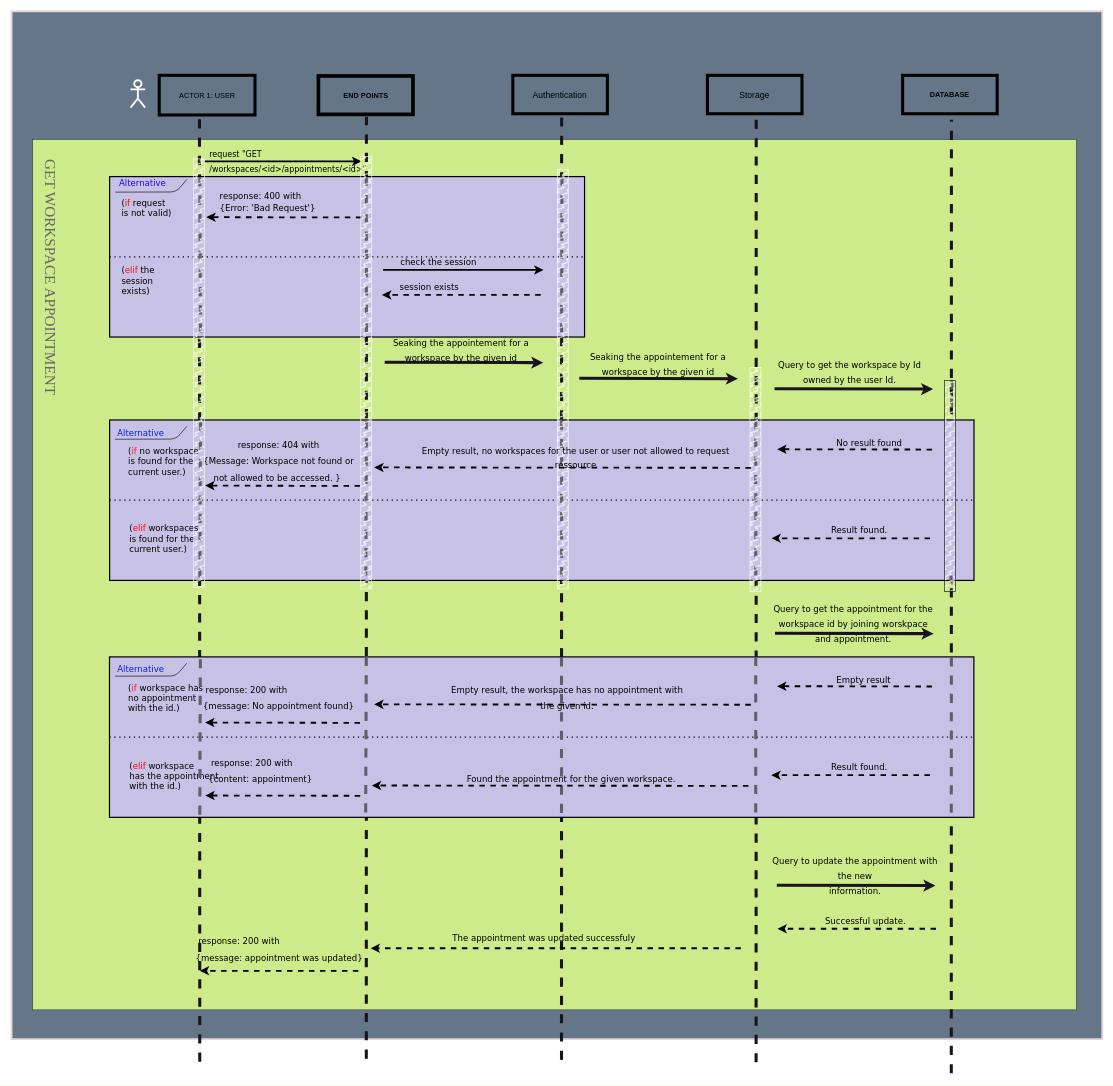
The draw.io diagram UML/Sequence_diagram/Dio/Put_workspace_appointment.dio in Kolapo-code/Booker, before the edit. Source tidied: cells renumbered, new cells numbered last; positions are measured from the earlier drawing's top-left corner, leaving out a move shared by most shapes. Both pictures are drawn from the tidied source at 61%, with x=0, y=0 at pixel (-73, 11).
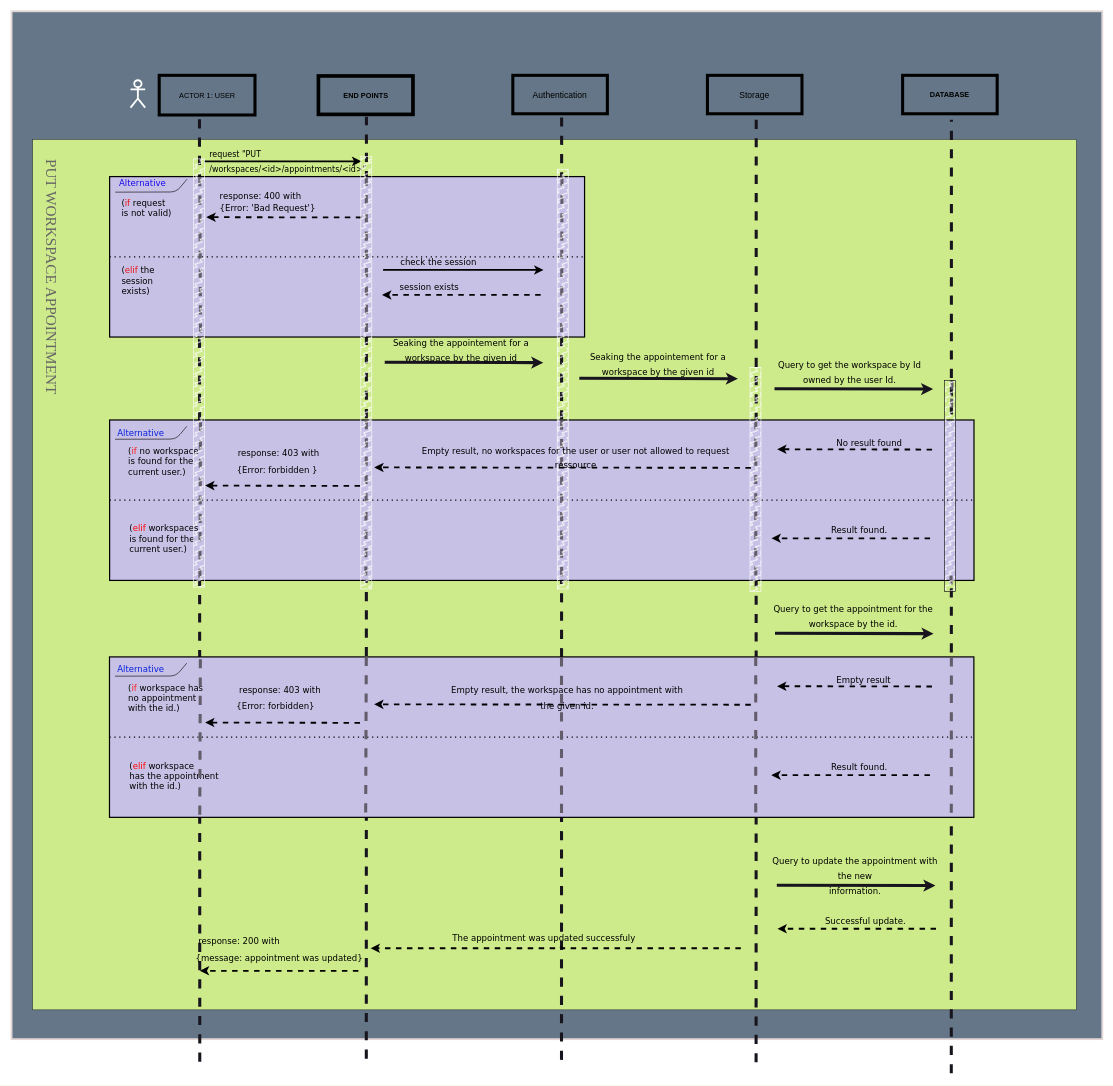
The same diagram, later.

Diff of the diagram source:
```diff
@@
-    <mxCell id="27" value="&lt;span style=&quot;color: rgb(0, 0, 0); font-family: Verdana; font-style: normal; font-variant-ligatures: normal; font-variant-caps: normal; font-weight: 400; letter-spacing: normal; orphans: 2; text-align: center; text-indent: 0px; text-transform: none; widows: 2; word-spacing: 0px; -webkit-text-stroke-width: 0px; text-decoration-thickness: initial; text-decoration-style: initial; text-decoration-color: initial; float: none; display: inline !important;&quot;&gt;&lt;font style=&quot;font-size: 13px;&quot;&gt;request &quot;GET /workspaces/&amp;lt;id&amp;gt;/appointments/&amp;lt;id&amp;gt;&quot;&lt;/font&gt;&lt;/span&gt;" style="text;whiteSpace=wrap;html=1;fontSize=19;fontColor=#000000;" parent="1" vertex="1">
+    <mxCell id="27" value="&lt;span style=&quot;color: rgb(0, 0, 0); font-family: Verdana; font-style: normal; font-variant-ligatures: normal; font-variant-caps: normal; font-weight: 400; letter-spacing: normal; orphans: 2; text-align: center; text-indent: 0px; text-transform: none; widows: 2; word-spacing: 0px; -webkit-text-stroke-width: 0px; text-decoration-thickness: initial; text-decoration-style: initial; text-decoration-color: initial; float: none; display: inline !important;&quot;&gt;&lt;font style=&quot;font-size: 13px;&quot;&gt;request &quot;PUT /workspaces/&amp;lt;id&amp;gt;/appointments/&amp;lt;id&amp;gt;&quot;&lt;/font&gt;&lt;/span&gt;" style="text;whiteSpace=wrap;html=1;fontSize=19;fontColor=#000000;" parent="1" vertex="1">
       <mxGeometry x="460" y="215" width="272" height="50" as="geometry" />
     </mxCell>
@@
-    <mxCell id="53" value="&lt;font face=&quot;Times New Roman&quot; color=&quot;#666666&quot;&gt;&lt;span style=&quot;font-size: 25px;&quot;&gt;GET WORKSPACE APPOINTMENT&lt;/span&gt;&lt;/font&gt;" style="text;html=1;align=center;verticalAlign=middle;strokeColor=none;fillColor=none;rotation=90;" parent="1" vertex="1">
-      <mxGeometry y="414" width="405" height="42" as="geometry" />
+    <mxCell id="53" value="&lt;font face=&quot;Times New Roman&quot; color=&quot;#666666&quot;&gt;&lt;span style=&quot;font-size: 25px;&quot;&gt;PUT WORKSPACE APPOINTMENT&lt;/span&gt;&lt;/font&gt;" style="text;html=1;align=center;verticalAlign=middle;strokeColor=none;fillColor=none;rotation=90;" parent="1" vertex="1">
+      <mxGeometry x="1" y="414" width="404" height="42" as="geometry" />
     </mxCell>
-    <mxCell id="54" value="&lt;font style=&quot;text-align: left; font-size: 14px;&quot; face=&quot;Verdana&quot;&gt;response: 404 with&lt;br&gt;{Message: Workspace not found or &lt;br&gt;not allowed to be accessed.&amp;nbsp;&lt;/font&gt;&lt;span style=&quot;text-align: left; background-color: initial; font-family: Verdana; font-size: 14px;&quot;&gt;}&amp;nbsp;&lt;/span&gt;" style="text;html=1;align=center;verticalAlign=middle;strokeColor=none;fillColor=none;fontSize=22;fontColor=#000000;" parent="1" vertex="1">
-      <mxGeometry x="467" y="690" width="215" height="91" as="geometry" />
+    <mxCell id="54" value="&lt;font style=&quot;text-align: left; font-size: 14px;&quot; face=&quot;Verdana&quot;&gt;response: 403 with&lt;br&gt;{Error: forbidden&amp;nbsp;&lt;/font&gt;&lt;span style=&quot;text-align: left; background-color: initial; font-family: Verdana; font-size: 14px;&quot;&gt;}&amp;nbsp;&lt;/span&gt;" style="text;html=1;align=center;verticalAlign=middle;strokeColor=none;fillColor=none;fontSize=22;fontColor=#000000;" parent="1" vertex="1">
+      <mxGeometry x="510" y="703" width="130" height="65" as="geometry" />
     </mxCell>
@@
-    <mxCell id="64" value="&lt;div style=&quot;text-align: center;&quot;&gt;&lt;font face=&quot;Verdana&quot;&gt;&lt;span style=&quot;font-size: 14px;&quot;&gt;Query to get the appointment for the workspace id by joining worskpace and appointment.&lt;/span&gt;&lt;/font&gt;&lt;/div&gt;" style="text;whiteSpace=wrap;html=1;fontSize=19;fontColor=#000000;" parent="1" vertex="1">
+    <mxCell id="64" value="&lt;div style=&quot;text-align: center;&quot;&gt;&lt;font face=&quot;Verdana&quot;&gt;&lt;span style=&quot;font-size: 14px;&quot;&gt;Query to get the appointment for the workspace by the id.&lt;/span&gt;&lt;/font&gt;&lt;/div&gt;" style="text;whiteSpace=wrap;html=1;fontSize=19;fontColor=#000000;" parent="1" vertex="1">
       <mxGeometry x="1380" y="961" width="273" height="50" as="geometry" />
     </mxCell>
@@
-    <mxCell id="81" value="&lt;div style=&quot;text-align: left;&quot;&gt;&lt;span style=&quot;background-color: initial; font-size: 14px;&quot;&gt;&lt;font face=&quot;Verdana&quot;&gt;&amp;nbsp;response: 200 with&lt;/font&gt;&lt;/span&gt;&lt;/div&gt;&lt;div style=&quot;text-align: left;&quot;&gt;&lt;span style=&quot;background-color: initial; font-size: 14px;&quot;&gt;&lt;font face=&quot;Verdana&quot;&gt;{message: No appointment found}&lt;/font&gt;&lt;/span&gt;&lt;/div&gt;" style="text;html=1;align=center;verticalAlign=middle;strokeColor=none;fillColor=none;fontSize=22;fontColor=#000000;" parent="1" vertex="1">
-      <mxGeometry x="468.8" y="1091.4" width="213" height="65" as="geometry" />
+    <mxCell id="81" value="&lt;div style=&quot;text-align: left;&quot;&gt;&lt;span style=&quot;background-color: initial; font-size: 14px;&quot;&gt;&lt;font face=&quot;Verdana&quot;&gt;&amp;nbsp;response: 403 with&lt;/font&gt;&lt;/span&gt;&lt;/div&gt;&lt;div style=&quot;text-align: left;&quot;&gt;&lt;span style=&quot;background-color: initial; font-size: 14px;&quot;&gt;&lt;font face=&quot;Verdana&quot;&gt;{Error: forbidden}&lt;/font&gt;&lt;/span&gt;&lt;/div&gt;" style="text;html=1;align=center;verticalAlign=middle;strokeColor=none;fillColor=none;fontSize=22;fontColor=#000000;" parent="1" vertex="1">
+      <mxGeometry x="511.8" y="1091.4" width="127" height="65" as="geometry" />
     </mxCell>
@@
-    <mxCell id="85" value="&lt;div style=&quot;text-align: left;&quot;&gt;&lt;font face=&quot;Verdana&quot;&gt;&lt;span style=&quot;font-size: 14px;&quot;&gt;Found the appointment for the given workspace.&lt;/span&gt;&lt;/font&gt;&lt;/div&gt;" style="text;whiteSpace=wrap;html=1;fontSize=19;fontColor=#000000;" parent="1" vertex="1">
-      <mxGeometry x="882" y="1239" width="345" height="50" as="geometry" />
-    </mxCell>
-    <mxCell id="86" style="endArrow=classic;html=1;rounded=1;strokeColor=#000000;strokeWidth=3;fontFamily=Verdana;fontSize=14;fontColor=#000000;jumpStyle=arc;jumpSize=0;dashed=1;exitX=0.083;exitY=0.448;exitDx=0;exitDy=0;exitPerimeter=0;entryX=1.228;entryY=0.719;entryDx=0;entryDy=0;entryPerimeter=0;" parent="1" edge="1">
-      <mxGeometry relative="1" as="geometry">
-        <mxPoint x="1345.4" y="1269.8" as="sourcePoint" />
-        <mxPoint x="728" y="1269.2" as="targetPoint" />
-      </mxGeometry>
-    </mxCell>
-    <mxCell id="87" style="endArrow=classic;html=1;rounded=1;strokeColor=#000000;strokeWidth=3;fontFamily=Verdana;fontSize=14;fontColor=#000000;jumpStyle=arc;jumpSize=0;dashed=1;" parent="1" edge="1">
-      <mxGeometry relative="1" as="geometry">
-        <mxPoint x="709" y="1286.1" as="sourcePoint" />
-        <mxPoint x="455" y="1285.6" as="targetPoint" />
-      </mxGeometry>
-    </mxCell>
-    <mxCell id="88" value="&lt;div style=&quot;text-align: left;&quot;&gt;&lt;span style=&quot;background-color: initial; font-size: 14px;&quot;&gt;&lt;font face=&quot;Verdana&quot;&gt;&amp;nbsp;response: 200 with&lt;/font&gt;&lt;/span&gt;&lt;/div&gt;&lt;div style=&quot;text-align: left;&quot;&gt;&lt;span style=&quot;background-color: initial; font-size: 14px;&quot;&gt;&lt;font face=&quot;Verdana&quot;&gt;{content: appointment}&lt;/font&gt;&lt;/span&gt;&lt;/div&gt;" style="text;html=1;align=center;verticalAlign=middle;strokeColor=none;fillColor=none;fontSize=22;fontColor=#000000;" parent="1" vertex="1">
-      <mxGeometry x="470" y="1210" width="150" height="65" as="geometry" />
-    </mxCell>
```
